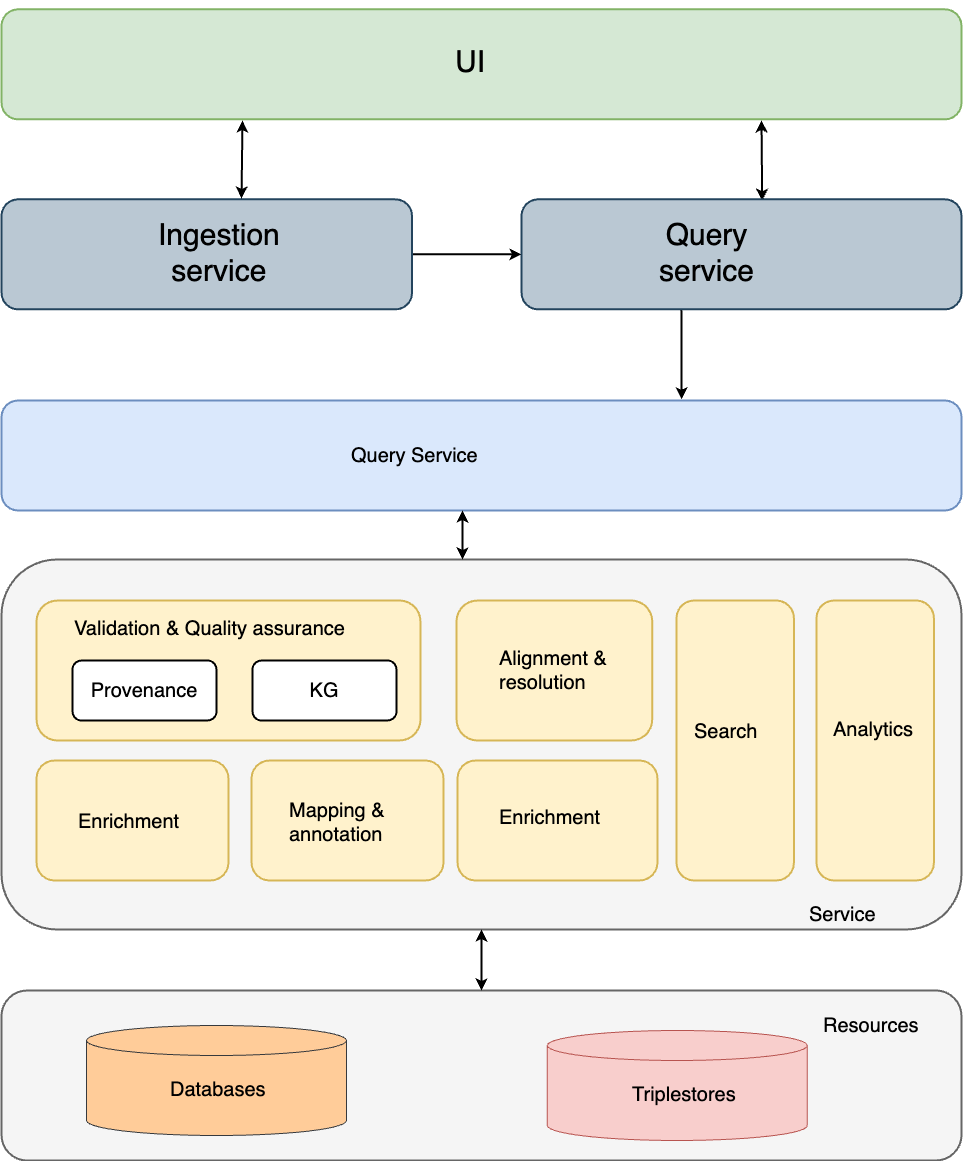
This is initial-arch.png from sensein/brainkb-design-document, a draw.io export, as it was before one commit. Source tidied: cells renumbered, new cells last; positions are measured from the earlier drawing's top-left corner, leaving out a move shared by most shapes.
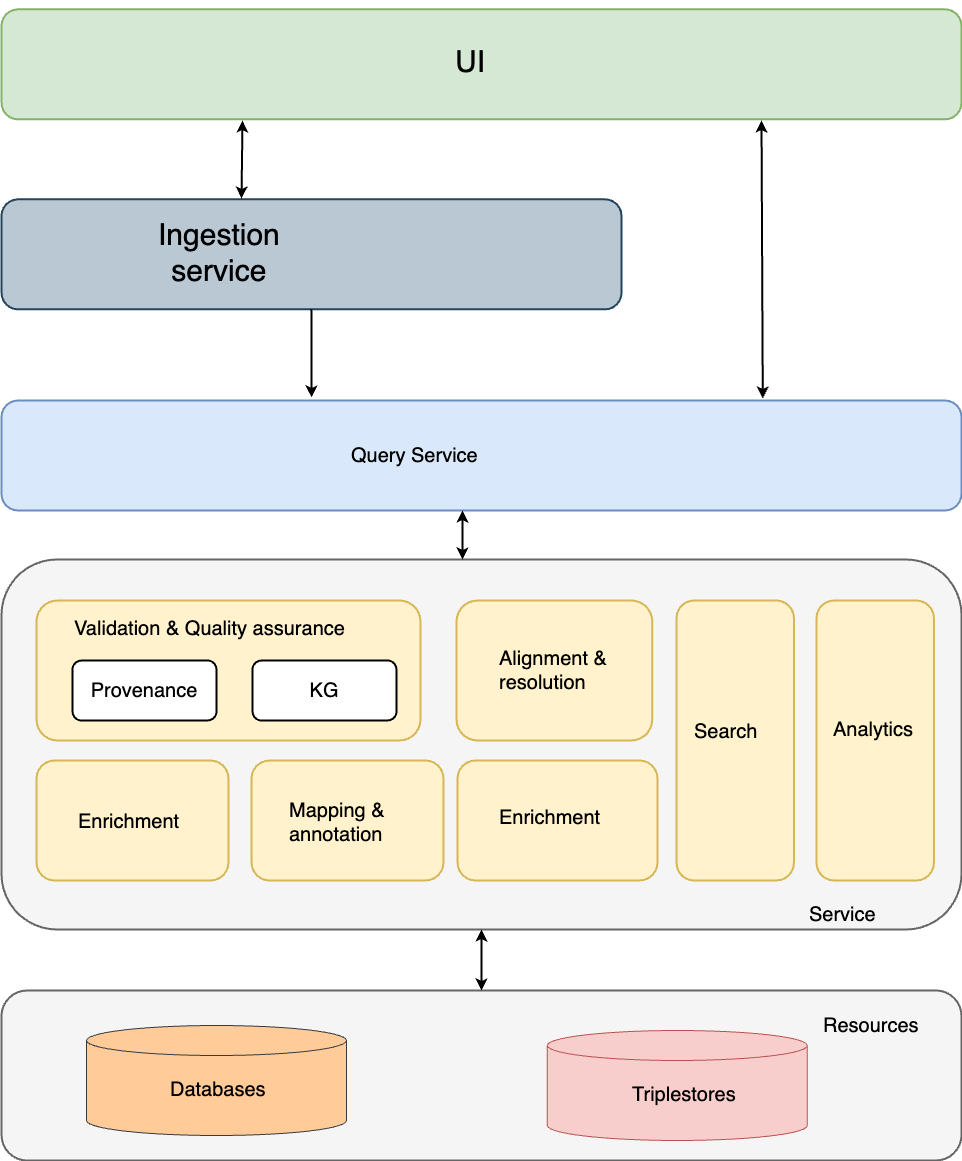
Above is the later version.

The edit, as a diff of the source:
```diff
@@ -14,12 +14,6 @@
     <mxCell id="5" value="&lt;div style=&quot;text-align: center;&quot;&gt;&lt;span style=&quot;background-color: initial; font-size: 20px;&quot;&gt;Query Service&lt;/span&gt;&lt;/div&gt;" style="text;whiteSpace=wrap;html=1;fillColor=none;strokeColor=none;" parent="3" vertex="1">
       <mxGeometry x="108" y="37.1" width="240" height="35.7" as="geometry" />
     </mxCell>
-    <mxCell id="6" style="endArrow=classic;html=1;rounded=0;strokeWidth=2;exitX=0.5;exitY=1;exitDx=0;exitDy=0;" parent="1" edge="1">
-      <mxGeometry relative="1" as="geometry">
-        <mxPoint x="680" y="308.9" as="sourcePoint" />
-        <mxPoint x="680" y="398.9" as="targetPoint" />
-      </mxGeometry>
-    </mxCell>
     <mxCell id="7" style="group;" parent="1" vertex="1">
       <mxGeometry width="960" height="110" as="geometry" />
     </mxCell>
@@ -29,7 +23,7 @@
     <mxCell id="9" value="&lt;div style=&quot;text-align: center;&quot;&gt;&lt;span style=&quot;background-color: initial;&quot;&gt;&lt;font style=&quot;font-size: 30px;&quot;&gt;UI&lt;/font&gt;&lt;/span&gt;&lt;/div&gt;" style="text;whiteSpace=wrap;html=1;fillColor=none;strokeColor=none;" parent="7" vertex="1">
       <mxGeometry x="452.4" y="37.1" width="87.4" height="35.7" as="geometry" />
     </mxCell>
-    <mxCell id="10" style="endArrow=classic;startArrow=classic;html=1;rounded=0;strokeWidth=2;exitX=0.547;exitY=0.013;exitDx=0;exitDy=0;exitPerimeter=0;" parent="1" edge="1" source="18">
+    <mxCell id="10" style="endArrow=classic;startArrow=classic;html=1;rounded=0;strokeWidth=2;exitX=0.793;exitY=-0.018;exitDx=0;exitDy=0;exitPerimeter=0;" parent="1" edge="1" source="4">
       <mxGeometry relative="1" as="geometry">
         <mxPoint x="760" y="120" as="targetPoint" />
       </mxGeometry>
@@ -40,14 +34,11 @@
         <mxPoint x="241" y="120" as="targetPoint" />
       </mxGeometry>
     </mxCell>
-    <mxCell id="12" style="endArrow=classic;html=1;rounded=0;strokeWidth=2;exitX=1;exitY=0.5;exitDx=0;exitDy=0;entryX=0;entryY=0.5;entryDx=0;entryDy=0;" parent="1" edge="1" source="14" target="18">
-      <mxGeometry relative="1" as="geometry" />
-    </mxCell>
     <mxCell id="13" style="group;" parent="1" vertex="1">
       <mxGeometry y="190" width="810" height="118.8" as="geometry" />
     </mxCell>
     <mxCell id="14" value="&lt;span style=&quot;color: rgba(0, 0, 0, 0); font-family: monospace; font-size: 0px; text-align: start; text-wrap: nowrap;&quot;&gt;%3CmxGraphModel%3E%3Croot%3E%3CmxCell%20id%3D%220%22%2F%3E%3CmxCell%20id%3D%221%22%20parent%3D%220%22%2F%3E%3CmxCell%20id%3D%222%22%20value%3D%22%26lt%3Bdiv%20style%3D%26quot%3Btext-align%3A%20center%3B%26quot%3B%26gt%3B%26lt%3Bspan%20style%3D%26quot%3Bbackground-color%3A%20initial%3B%20font-size%3A%2020px%3B%26quot%3B%26gt%3BIngestion%20Service%26lt%3B%2Fspan%26gt%3B%26lt%3B%2Fdiv%26gt%3B%22%20style%3D%22text%3BwhiteSpace%3Dwrap%3Bhtml%3D1%3BfillColor%3Dnone%3BstrokeColor%3Dnone%3B%22%20vertex%3D%221%22%20parent%3D%221%22%3E%3CmxGeometry%20x%3D%22140%22%20y%3D%22257.14%22%20width%3D%22178%22%20height%3D%2235.71%22%20as%3D%22geometry%22%2F%3E%3C%2FmxCell%3E%3C%2Froot%3E%3C%2FmxGraphModel%3E&lt;/span&gt;" style="rounded=1;whiteSpace=wrap;html=1;strokeWidth=2;fillColor=#bac8d3;strokeColor=#23445d;" parent="13" vertex="1">
-      <mxGeometry y="8.8" width="410.5" height="110" as="geometry" />
+      <mxGeometry y="8.8" width="620" height="110" as="geometry" />
     </mxCell>
     <mxCell id="15" value="&lt;div style=&quot;text-align: center;&quot;&gt;&lt;span style=&quot;background-color: initial;&quot;&gt;&lt;font style=&quot;font-size: 30px;&quot;&gt;Ingestion service&lt;/font&gt;&lt;/span&gt;&lt;/div&gt;" style="text;whiteSpace=wrap;html=1;fillColor=none;strokeColor=none;" parent="13" vertex="1">
       <mxGeometry x="155.3" y="20" width="73.7" height="35.7" as="geometry" />
@@ -61,12 +52,6 @@
     <mxCell id="17" style="group;" parent="1" vertex="1">
       <mxGeometry x="35" y="620" width="384" height="140" as="geometry" />
     </mxCell>
-    <mxCell id="18" value="&lt;span style=&quot;color: rgba(0, 0, 0, 0); font-family: monospace; font-size: 0px; text-align: start; text-wrap: nowrap;&quot;&gt;%3CmxGraphModel%3E%3Croot%3E%3CmxCell%20id%3D%220%22%2F%3E%3CmxCell%20id%3D%221%22%20parent%3D%220%22%2F%3E%3CmxCell%20id%3D%222%22%20value%3D%22%26lt%3Bdiv%20style%3D%26quot%3Btext-align%3A%20center%3B%26quot%3B%26gt%3B%26lt%3Bspan%20style%3D%26quot%3Bbackground-color%3A%20initial%3B%20font-size%3A%2020px%3B%26quot%3B%26gt%3BIngestion%20Service%26lt%3B%2Fspan%26gt%3B%26lt%3B%2Fdiv%26gt%3B%22%20style%3D%22text%3BwhiteSpace%3Dwrap%3Bhtml%3D1%3BfillColor%3Dnone%3BstrokeColor%3Dnone%3B%22%20vertex%3D%221%22%20parent%3D%221%22%3E%3CmxGeometry%20x%3D%22140%22%20y%3D%22257.14%22%20width%3D%22178%22%20height%3D%2235.71%22%20as%3D%22geometry%22%2F%3E%3C%2FmxCell%3E%3C%2Froot%3E%3C%2FmxGraphModel%3E&lt;/span&gt;" style="rounded=1;whiteSpace=wrap;html=1;strokeWidth=2;fillColor=#bac8d3;strokeColor=#23445d;" parent="1" vertex="1">
-      <mxGeometry x="520" y="198.8" width="440" height="110" as="geometry" />
-    </mxCell>
-    <mxCell id="19" value="&lt;div style=&quot;text-align: center;&quot;&gt;&lt;span style=&quot;background-color: initial;&quot;&gt;&lt;font style=&quot;font-size: 30px;&quot;&gt;Query service&lt;/font&gt;&lt;/span&gt;&lt;/div&gt;" style="text;whiteSpace=wrap;html=1;fillColor=none;strokeColor=none;" parent="1" vertex="1">
-      <mxGeometry x="656.2" y="210" width="64.6" height="35.7" as="geometry" />
-    </mxCell>
     <mxCell id="20" style="group;" parent="1" vertex="1">
       <mxGeometry x="35" y="600" width="384" height="140" as="geometry" />
     </mxCell>
@@ -163,5 +148,8 @@
     <mxCell id="51" style="endArrow=classic;startArrow=classic;html=1;rounded=0;strokeWidth=2;entryX=0.5;entryY=1;entryDx=0;entryDy=0;exitX=0.5;exitY=0;exitDx=0;exitDy=0;" parent="1" edge="1" source="45" target="2">
       <mxGeometry relative="1" as="geometry" />
     </mxCell>
+    <mxCell id="52" style="endArrow=classic;html=1;rounded=0;strokeWidth=2;exitX=0.5;exitY=1;exitDx=0;exitDy=0;entryX=0.323;entryY=-0.027;entryDx=0;entryDy=0;entryPerimeter=0;" parent="1" edge="1" source="14" target="4">
+      <mxGeometry relative="1" as="geometry" />
+    </mxCell>
   </root>
 </mxGraphModel>
```
